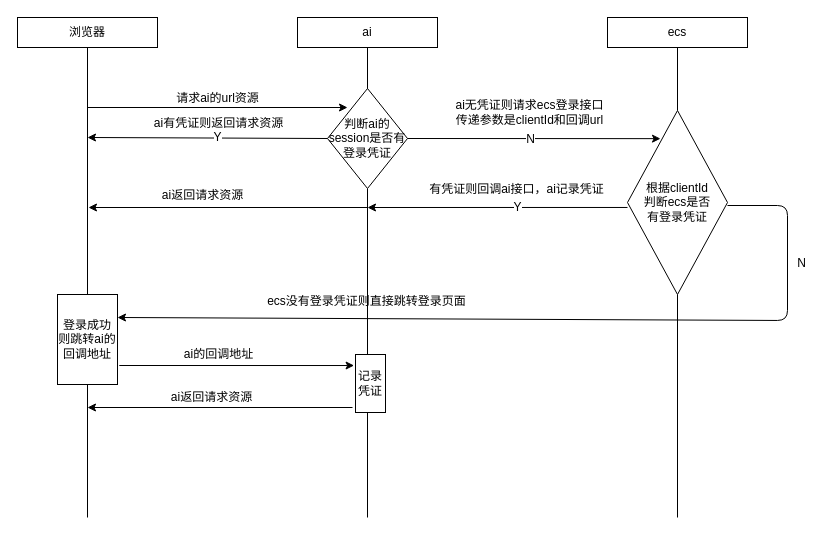
I-DO-NOT-KNOW/draw keeps this draw.io diagram as My.drawio. Above is the earlier version. Source tidied: cells renumbered, new cells numbered last; positions are measured from the earlier drawing's top-left corner, leaving out a move shared by most shapes. Both pictures are drawn from the tidied source at 100%, with x=0, y=0 at pixel (17, 17).
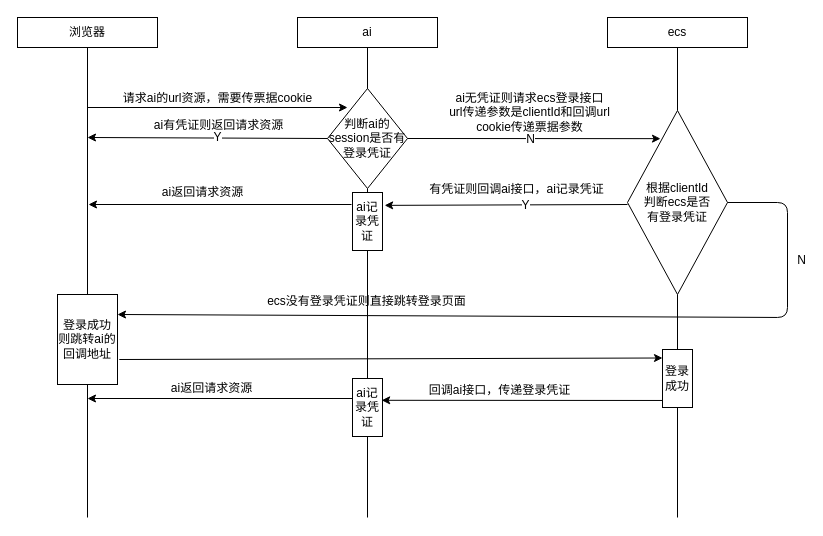
Above is the later version.

The change refers to these unchanged cells:
```xml
<mxCell id="11" value="&lt;span style=&quot;white-space: normal&quot;&gt;判断ai的session是否有登录凭证&lt;/span&gt;" style="rhombus;whiteSpace=wrap;html=1;" parent="1" vertex="1">
  <mxGeometry x="310" y="71" width="80" height="100" as="geometry" />
</mxCell>
<mxCell id="18" value="&lt;span style=&quot;white-space: normal&quot;&gt;根据clientId&lt;br&gt;判断ecs是否&lt;br&gt;有登录凭证&lt;/span&gt;" style="rhombus;whiteSpace=wrap;html=1;" parent="1" vertex="1">
  <mxGeometry x="610" y="93" width="100" height="184" as="geometry" />
</mxCell>
<mxCell id="27" value="登录成功则跳转ai的回调地址" style="rounded=0;whiteSpace=wrap;html=1;direction=south;" parent="1" vertex="1">
  <mxGeometry x="40" y="277" width="60" height="90" as="geometry" />
</mxCell>
```

The edit, as a diff of the source:
```diff
@@
-    <mxCell id="9" value="请求ai的url资源" style="text;html=1;align=center;verticalAlign=middle;" parent="1" vertex="1">
-      <mxGeometry x="150" y="71" width="100" height="20" as="geometry" />
+    <mxCell id="9" value="请求ai的url资源，需要传票据cookie" style="text;html=1;align=center;verticalAlign=middle;" parent="1" vertex="1">
+      <mxGeometry x="100" y="71" width="200" height="20" as="geometry" />
     </mxCell>
-    <mxCell id="10" style="endArrow=none;html=1;entryX=0.5;entryY=1;entryDx=0;entryDy=0;" parent="1" edge="1" target="11">
-      <mxGeometry relative="1" as="geometry">
-        <mxPoint x="350" y="500" as="sourcePoint" />
-      </mxGeometry>
+    <mxCell id="10" style="endArrow=none;html=1;entryX=0.5;entryY=1;entryDx=0;entryDy=0;" parent="1" edge="1" source="29" target="11">
+      <mxGeometry relative="1" as="geometry" />
     </mxCell>
@@
     <mxCell id="14" value="ai有凭证则返回请求资源" style="text;html=1;align=center;verticalAlign=middle;" parent="1" vertex="1">
-      <mxGeometry x="131" y="96" width="140" height="20" as="geometry" />
+      <mxGeometry x="131" y="98" width="140" height="20" as="geometry" />
     </mxCell>
@@
-    <mxCell id="17" value="ai无凭证则请求ecs登录接口&lt;br&gt;传递参数是clientId和回调url" style="text;html=1;align=center;verticalAlign=middle;" parent="1" vertex="1">
-      <mxGeometry x="432" y="80" width="160" height="30" as="geometry" />
+    <mxCell id="17" value="ai无凭证则请求ecs登录接口&lt;br&gt;url传递参数是clientId和回调url&lt;br&gt;cookie传递票据参数" style="text;html=1;align=center;verticalAlign=middle;" parent="1" vertex="1">
+      <mxGeometry x="422" y="70" width="180" height="50" as="geometry" />
     </mxCell>
@@
-    <mxCell id="19" style="endArrow=classic;html=1;exitX=0;exitY=0.527;exitDx=0;exitDy=0;exitPerimeter=0;" parent="1" edge="1" source="18">
+    <mxCell id="19" style="endArrow=classic;html=1;exitX=0;exitY=0.527;exitDx=0;exitDy=0;exitPerimeter=0;entryX=0.222;entryY=-0.071;entryDx=0;entryDy=0;entryPerimeter=0;" parent="1" edge="1" target="39">
       <mxGeometry relative="1" as="geometry">
-        <mxPoint x="350" y="190" as="targetPoint" />
+        <mxPoint x="610" y="187" as="sourcePoint" />
       </mxGeometry>
     </mxCell>
@@
     <mxCell id="22" style="endArrow=classic;html=1;" parent="1" edge="1">
       <mxGeometry relative="1" as="geometry">
-        <mxPoint x="350" y="190" as="sourcePoint" />
-        <mxPoint x="71" y="190" as="targetPoint" />
+        <mxPoint x="334" y="187" as="sourcePoint" />
+        <mxPoint x="71" y="187" as="targetPoint" />
       </mxGeometry>
     </mxCell>
     <mxCell id="23" value="ai返回请求资源" style="text;html=1;align=center;verticalAlign=middle;" parent="1" vertex="1">
-      <mxGeometry x="135" y="168" width="100" height="20" as="geometry" />
+      <mxGeometry x="135" y="165" width="100" height="20" as="geometry" />
     </mxCell>
     <mxCell id="24" style="endArrow=classic;html=1;" parent="1" edge="1">
       <mxGeometry relative="1" as="geometry">
-        <mxPoint x="710" y="188" as="sourcePoint" />
-        <mxPoint x="100" y="300" as="targetPoint" />
+        <mxPoint x="710" y="185" as="sourcePoint" />
+        <mxPoint x="100" y="297" as="targetPoint" />
         <Array as="points">
-          <mxPoint x="770" y="188" />
-          <mxPoint x="770" y="303" />
+          <mxPoint x="770" y="185" />
+          <mxPoint x="770" y="300" />
         </Array>
       </mxGeometry>
     </mxCell>
@@
-    <mxCell id="28" value="ai的回调地址" style="text;html=1;align=center;verticalAlign=middle;" parent="1" vertex="1">
-      <mxGeometry x="161" y="327" width="80" height="20" as="geometry" />
-    </mxCell>
-    <mxCell id="29" value="记录凭证" style="rounded=0;whiteSpace=wrap;html=1;direction=south;" parent="1" vertex="1">
-      <mxGeometry x="338" y="337" width="30" height="58" as="geometry" />
-    </mxCell>
-    <mxCell id="30" style="endArrow=classic;html=1;" parent="1" edge="1">
-      <mxGeometry relative="1" as="geometry">
-        <mxPoint x="335" y="390" as="sourcePoint" />
-        <mxPoint x="70" y="390" as="targetPoint" />
-      </mxGeometry>
+    <mxCell id="30" style="endArrow=classic;html=1;exitX=0.879;exitY=0.833;exitDx=0;exitDy=0;exitPerimeter=0;entryX=0.376;entryY=0.027;entryDx=0;entryDy=0;entryPerimeter=0;" parent="1" edge="1" source="34" target="29">
+      <mxGeometry relative="1" as="geometry" />
     </mxCell>
     <mxCell id="31" value="ai返回请求资源" style="text;html=1;align=center;verticalAlign=middle;" parent="1" vertex="1">
-      <mxGeometry x="144" y="370" width="100" height="20" as="geometry" />
+      <mxGeometry x="144" y="361" width="100" height="20" as="geometry" />
     </mxCell>
-    <mxCell id="32" style="endArrow=classic;html=1;entryX=0.19;entryY=1.047;entryDx=0;entryDy=0;exitX=0.789;exitY=-0.03;exitDx=0;exitDy=0;entryPerimeter=0;exitPerimeter=0;" parent="1" edge="1" source="27" target="29">
-      <mxGeometry relative="1" as="geometry" />
+    <mxCell id="32" style="endArrow=classic;html=1;exitX=0.789;exitY=-0.03;exitDx=0;exitDy=0;exitPerimeter=0;entryX=0.25;entryY=1;entryDx=0;entryDy=0;" parent="1" edge="1">
+      <mxGeometry relative="1" as="geometry">
+        <mxPoint x="101.8" y="342" as="sourcePoint" />
+        <mxPoint x="645" y="340.5" as="targetPoint" />
+      </mxGeometry>
     </mxCell>
-    <mxCell id="33" style="endArrow=none;html=1;" parent="1" edge="1">
+    <mxCell id="33" style="endArrow=none;html=1;" parent="1" edge="1" source="34">
       <mxGeometry relative="1" as="geometry">
-        <mxPoint x="660" y="500" as="sourcePoint" />
         <mxPoint x="660" y="277" as="targetPoint" />
       </mxGeometry>
     </mxCell>
+    <mxCell id="34" value="登录成功" style="rounded=0;whiteSpace=wrap;html=1;direction=south;" parent="1" vertex="1">
+      <mxGeometry x="645" y="332" width="30" height="58" as="geometry" />
+    </mxCell>
+    <mxCell id="35" style="endArrow=none;html=1;" parent="1" edge="1" target="34">
+      <mxGeometry relative="1" as="geometry">
+        <mxPoint x="660" y="500" as="sourcePoint" />
+      </mxGeometry>
+    </mxCell>
+    <mxCell id="36" value="回调ai接口，传递登录凭证" style="text;html=1;align=center;verticalAlign=middle;" parent="1" vertex="1">
+      <mxGeometry x="402" y="363" width="160" height="20" as="geometry" />
+    </mxCell>
+    <mxCell id="37" style="endArrow=classic;html=1;exitX=0.345;exitY=0.833;exitDx=0;exitDy=0;exitPerimeter=0;" parent="1" edge="1" source="29">
+      <mxGeometry relative="1" as="geometry">
+        <mxPoint x="70" y="381" as="targetPoint" />
+      </mxGeometry>
+    </mxCell>
+    <mxCell id="29" value="ai记录凭证" style="rounded=0;whiteSpace=wrap;html=1;direction=south;" parent="1" vertex="1">
+      <mxGeometry x="335" y="361" width="30" height="58" as="geometry" />
+    </mxCell>
+    <mxCell id="38" style="endArrow=none;html=1;entryX=1;entryY=0.5;entryDx=0;entryDy=0;" parent="1" edge="1" target="29">
+      <mxGeometry relative="1" as="geometry">
+        <mxPoint x="350" y="500" as="sourcePoint" />
+      </mxGeometry>
+    </mxCell>
+    <mxCell id="39" value="ai记录凭证" style="rounded=0;whiteSpace=wrap;html=1;direction=south;" parent="1" vertex="1">
+      <mxGeometry x="335" y="175" width="30" height="58" as="geometry" />
+    </mxCell>
```
